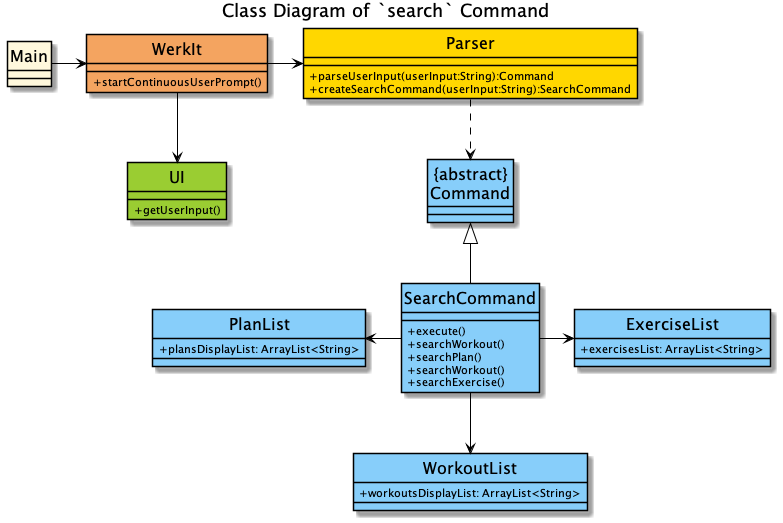
This is docs/uml/classDiagrams/images/SearchClass.png from nus-cs2113-AY2122S2/tp, a PlantUML export, as it was before one commit.
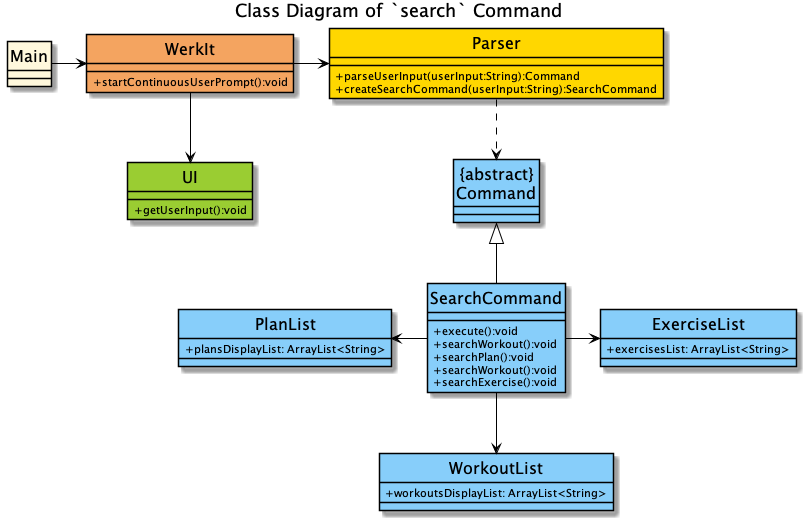
After the change.

Commit message:
Update diagrams with parameters

Diff of the diagram source:
```diff
@@ -15,7 +15,7 @@
 Parser ..> "{abstract}\nCommand"
 skinparam classFontSize 16
 class WerkIt #Sandybrown {
-+ startContinuousUserPrompt()
++ startContinuousUserPrompt():void
 }
 
 class Main COLOR_MAIN {
@@ -23,18 +23,18 @@
 }
 
 class SearchCommand #LightSkyBlue {
-+ execute()
-+ searchWorkout()
-+ searchPlan()
-+ searchWorkout()
-+ searchExercise()
++ execute():void
++ searchWorkout():void
++ searchPlan():void
++ searchWorkout():void
++ searchExercise():void
 }
 
 class "{abstract}\nCommand" #LightSkyBlue {
 }
 
 class UI #YellowGreen {
-+ getUserInput()
++ getUserInput():void
 }
 
 class Parser #Gold {
```
